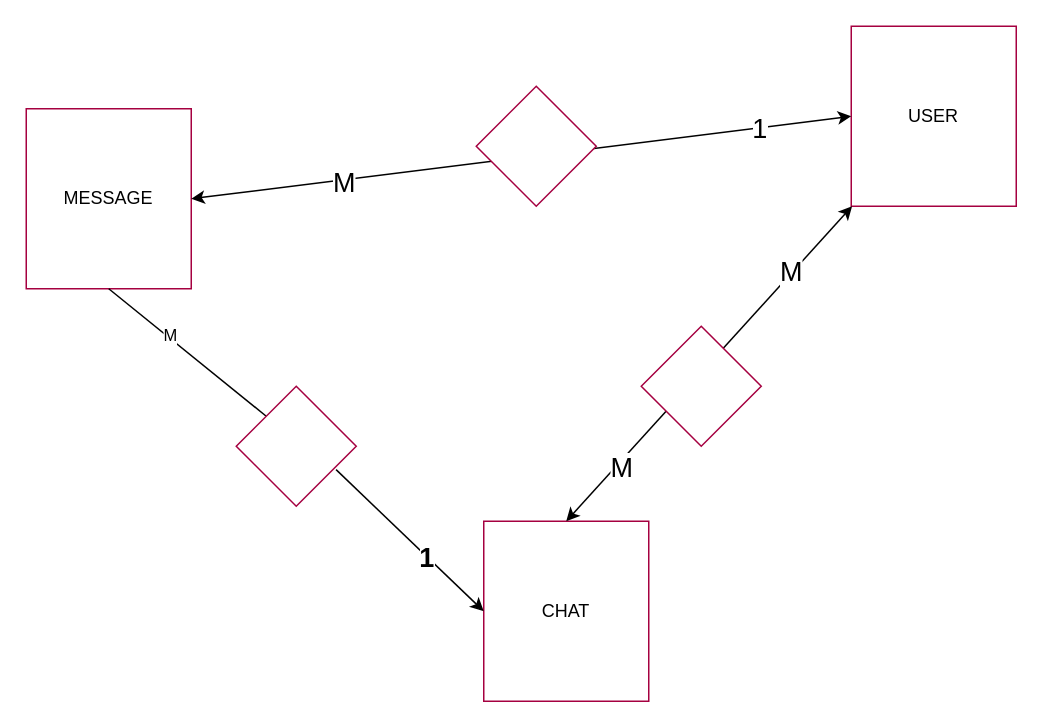
The draw.io diagram page "Page-1" (1 of 2) of backend/plan.drawio in m7mdmetwally1/WhatsApp, before the edit. Source tidied: cells renumbered, new cells numbered last; positions are measured from the earlier drawing's top-left corner, leaving out a move shared by most shapes. Both pictures are drawn from the tidied source at 150%, with x=0, y=0 at pixel (26, 26).
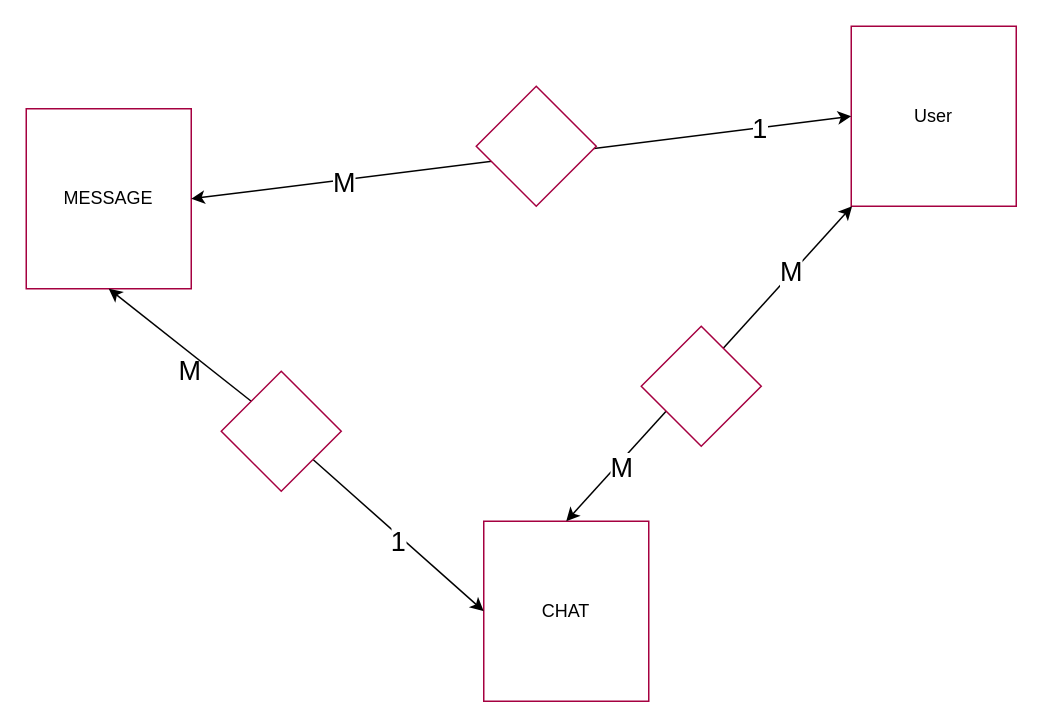
The same diagram, later.

Diff of the diagram source:
```diff
@@
 <mxGraphModel>
   <root>
     <mxCell id="0" />
     <mxCell id="1" parent="0" />
-    <mxCell id="2" value="USER" style="rounded=0;whiteSpace=wrap;html=1;strokeColor=#A50040;direction=south;" parent="1" vertex="1">
+    <mxCell id="2" value="User" style="rounded=0;whiteSpace=wrap;html=1;strokeColor=#A50040;direction=south;" parent="1" vertex="1">
       <mxGeometry x="550" width="110" height="120" as="geometry" />
     </mxCell>
     <mxCell id="3" value="CHAT&lt;br&gt;" style="rounded=0;whiteSpace=wrap;html=1;strokeColor=#A50040;direction=south;" parent="1" vertex="1">
       <mxGeometry x="305" y="330" width="110" height="120" as="geometry" />
     </mxCell>
-    <mxCell id="4" style="edgeStyle=none;html=1;exitX=0.832;exitY=0.695;exitDx=0;exitDy=0;entryX=0.5;entryY=1;entryDx=0;entryDy=0;startArrow=none;exitPerimeter=0;" parent="1" edge="1" source="17" target="3">
-      <mxGeometry relative="1" as="geometry" />
-    </mxCell>
-    <mxCell id="5" value="&lt;font style=&quot;font-size: 18px;&quot;&gt;1&lt;/font&gt;" style="edgeLabel;html=1;align=center;verticalAlign=middle;fontStyle=1;" parent="4" vertex="1">
-      <mxGeometry x="0.21" y="-2" relative="1" as="geometry">
-        <mxPoint x="1" as="offset" />
-      </mxGeometry>
-    </mxCell>
     <mxCell id="6" value="MESSAGE&lt;br&gt;" style="rounded=0;whiteSpace=wrap;html=1;strokeColor=#A50040;direction=south;" parent="1" vertex="1">
       <mxGeometry y="55" width="110" height="120" as="geometry" />
     </mxCell>
     <mxCell id="7" style="endArrow=classic;startArrow=classic;html=1;exitX=0.5;exitY=0;exitDx=0;exitDy=0;entryX=0.5;entryY=1;entryDx=0;entryDy=0;" parent="1" edge="1" source="6" target="2">
       <mxGeometry relative="1" as="geometry" />
     </mxCell>
     <mxCell id="8" value="1" style="edgeLabel;html=1;align=center;verticalAlign=middle;fontSize=18;" parent="7" vertex="1">
       <mxGeometry x="0.72" y="-1" relative="1" as="geometry" />
     </mxCell>
     <mxCell id="9" value="M" style="edgeLabel;html=1;align=center;verticalAlign=middle;fontSize=18;" parent="7" vertex="1">
       <mxGeometry x="-0.54" y="-2" relative="1" as="geometry" />
     </mxCell>
     <mxCell id="10" style="rhombus;whiteSpace=wrap;html=1;strokeColor=#A50040;" parent="1" vertex="1">
       <mxGeometry x="300" y="40" width="80" height="80" as="geometry" />
     </mxCell>
     <mxCell id="11" style="endArrow=classic;startArrow=classic;html=1;exitX=0;exitY=0.5;exitDx=0;exitDy=0;" parent="1" edge="1" source="3" target="2">
       <mxGeometry relative="1" as="geometry" />
     </mxCell>
     <mxCell id="12" value="M" style="edgeLabel;html=1;align=center;verticalAlign=middle;fontSize=18;" parent="11" vertex="1">
       <mxGeometry x="0.58" y="1" relative="1" as="geometry" />
     </mxCell>
     <mxCell id="13" value="M" style="edgeLabel;html=1;align=center;verticalAlign=middle;fontSize=18;" parent="11" vertex="1">
       <mxGeometry x="-0.64" y="-3" relative="1" as="geometry" />
     </mxCell>
     <mxCell id="14" style="rhombus;whiteSpace=wrap;html=1;strokeColor=#A50040;" parent="1" vertex="1">
       <mxGeometry x="410" y="200" width="80" height="80" as="geometry" />
     </mxCell>
-    <mxCell id="15" style="edgeStyle=none;html=1;exitX=1;exitY=0.5;exitDx=0;exitDy=0;entryX=0;entryY=0;entryDx=0;entryDy=0;endArrow=none;" parent="1" edge="1" source="6" target="17">
-      <mxGeometry relative="1" as="geometry" />
-    </mxCell>
+    <mxCell id="18" style="endArrow=classic;startArrow=none;html=1;entryX=0.5;entryY=1;entryDx=0;entryDy=0;" parent="1" edge="1" source="20" target="3">
+      <mxGeometry relative="1" as="geometry" />
+    </mxCell>
-    <mxCell id="16" value="M" style="edgeLabel;html=1;align=center;verticalAlign=middle;" parent="15" vertex="1">
-      <mxGeometry x="-0.25" y="2" relative="1" as="geometry" />
+    <mxCell id="16" value="M" style="edgeLabel;html=1;align=center;verticalAlign=middle;fontSize=18;" parent="1" vertex="1">
+      <mxGeometry x="110" y="200" as="geometry">
+        <mxPoint x="-2" y="29" as="offset" />
+      </mxGeometry>
     </mxCell>
-    <mxCell id="17" style="rhombus;whiteSpace=wrap;html=1;strokeColor=#A50040;" parent="1" vertex="1">
-      <mxGeometry x="140" y="240" width="80" height="80" as="geometry" />
-    </mxCell>
+    <mxCell id="5" value="1" style="edgeLabel;html=1;align=center;verticalAlign=middle;fontSize=18;" parent="1" vertex="1">
+      <mxGeometry x="498.4" y="78.7" as="geometry">
+        <mxPoint x="-251" y="265" as="offset" />
+      </mxGeometry>
+    </mxCell>
+    <mxCell id="19" style="endArrow=none;startArrow=classic;html=1;exitX=1;exitY=0.5;exitDx=0;exitDy=0;entryX=0;entryY=0;entryDx=0;entryDy=0;" parent="1" edge="1" source="6" target="20">
+      <mxGeometry relative="1" as="geometry" />
+    </mxCell>
+    <mxCell id="20" style="rhombus;whiteSpace=wrap;html=1;strokeColor=#A50040;" parent="1" vertex="1">
+      <mxGeometry x="130" y="230" width="80" height="80" as="geometry" />
+    </mxCell>
   </root>
 </mxGraphModel>
```
